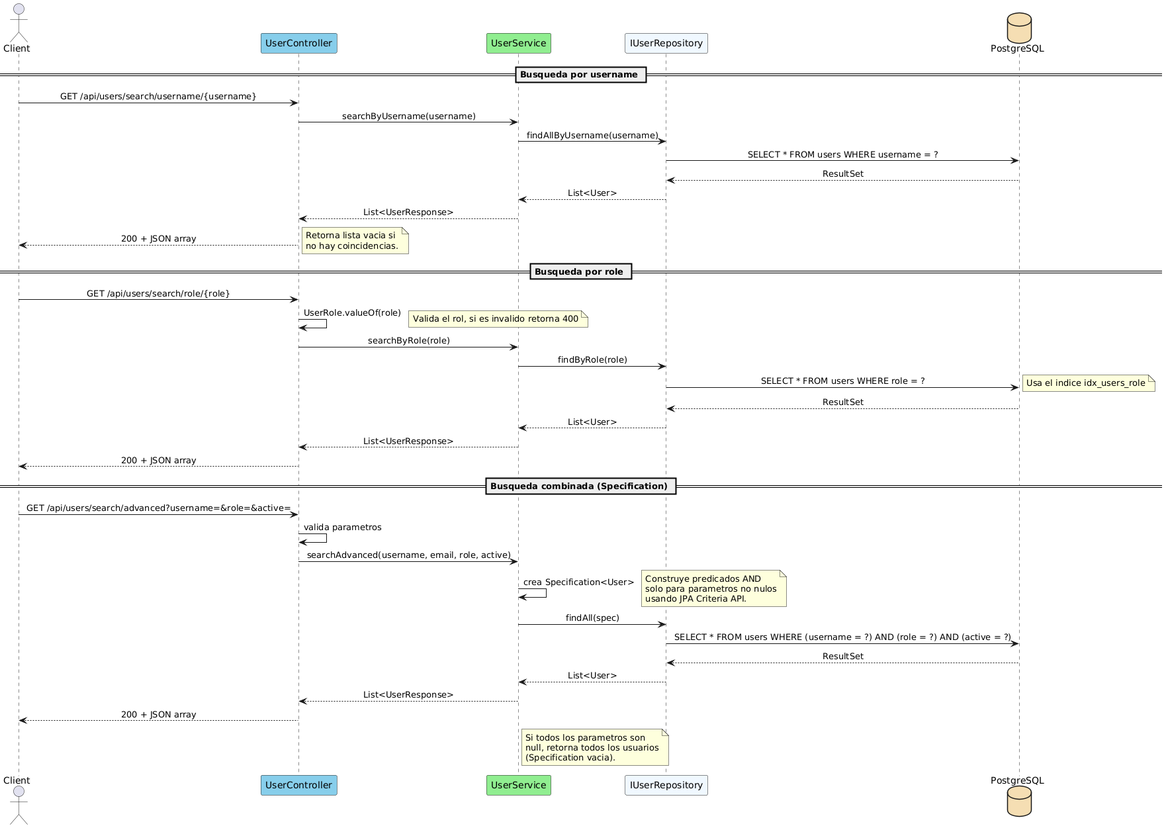
Before: services/users-service/docs/modeling/uml/diagrams/SequenceSearchUsers.png, a diagram exported from PlantUML (LeyderCeronM/Proyecto_piedra_azul).
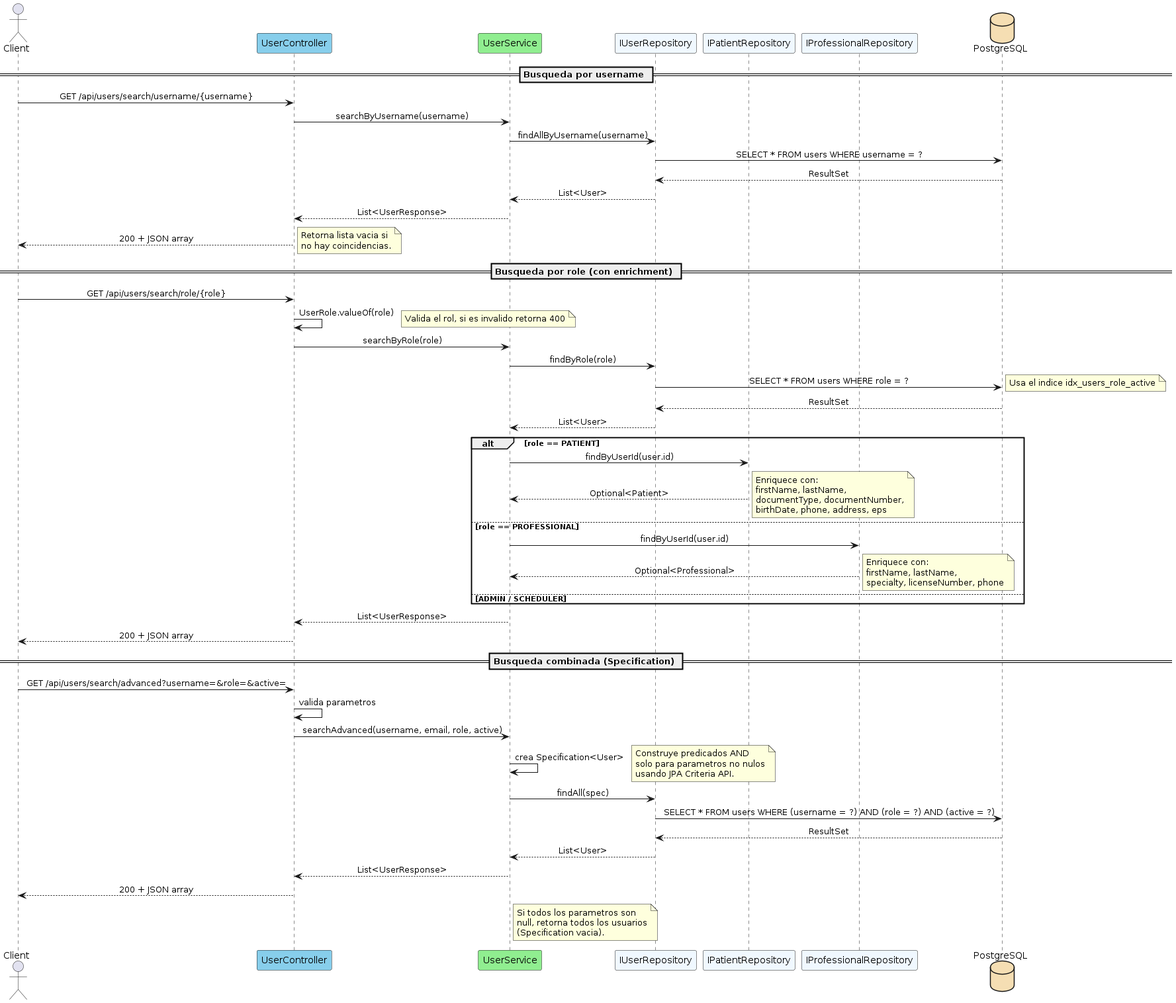
Above is the later version.

The edit, as a diff of the source:
```diff
@@ -7,6 +7,8 @@
 participant "UserController" as CTRL #87CEEB
 participant "UserService" as SVC #90EE90
 participant "IUserRepository" as REPO #F0F8FF
+participant "IPatientRepository" as PAT_REPO #F0F8FF
+participant "IProfessionalRepository" as PROF_REPO #F0F8FF
 database "PostgreSQL" as DB #F5DEB3
 
 == Busqueda por username ==
@@ -25,7 +27,7 @@
   no hay coincidencias.
 end note
 
-== Busqueda por role ==
+== Busqueda por role (con enrichment) ==
 
 CLI -> CTRL : GET /api/users/search/role/{role}
 CTRL -> CTRL : UserRole.valueOf(role)
@@ -33,9 +35,22 @@
 CTRL -> SVC : searchByRole(role)
 SVC -> REPO : findByRole(role)
 REPO -> DB : SELECT * FROM users WHERE role = ?
-note right: Usa el indice idx_users_role
+note right: Usa el indice idx_users_role_active
 DB --> REPO : ResultSet
 REPO --> SVC : List<User>
+
+alt role == PATIENT
+  SVC -> PAT_REPO : findByUserId(user.id)
+  PAT_REPO --> SVC : Optional<Patient>
+  note right: Enriquece con:\nfirstName, lastName,\ndocumentType, documentNumber,\nbirthDate, phone, address, eps
+else role == PROFESSIONAL
+  SVC -> PROF_REPO : findByUserId(user.id)
+  PROF_REPO --> SVC : Optional<Professional>
+  note right: Enriquece con:\nfirstName, lastName,\nspecialty, licenseNumber, phone
+else ADMIN / SCHEDULER
+  note right: Solo campos base de User
+end
+
 SVC --> CTRL : List<UserResponse>
 CTRL --> CLI : 200 + JSON array
 
```
